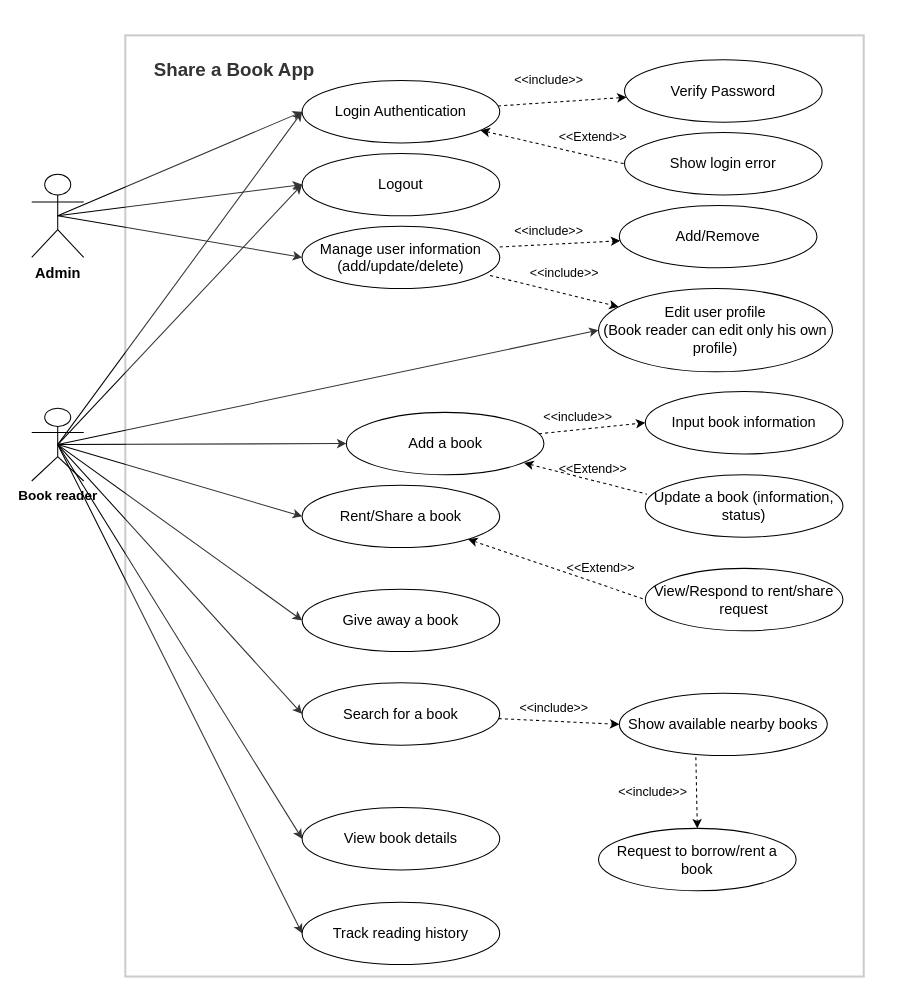
This is BluePrint/UsecaseDiagram.drawio from Minh-BuiQuang/CSIS3175TermProject, a draw.io file, before an edit. Source tidied: cells renumbered, new cells numbered last; positions are measured from the earlier drawing's top-left corner, leaving out a move shared by most shapes. Both pictures are drawn from the tidied source at 104%, with x=0, y=0 at pixel (31, 34).
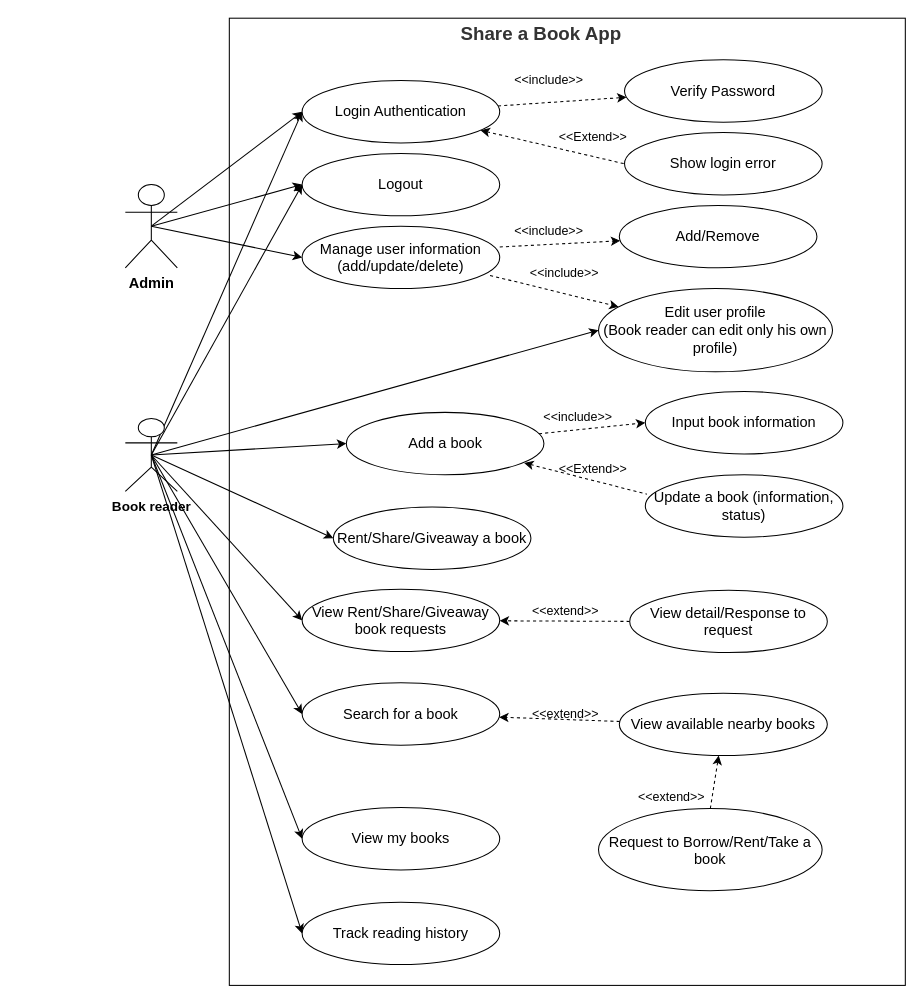
The same page after the edit.

Commit message:
Update rent/borrow/take a book usecase

The change refers to these unchanged cells:
```xml
<mxCell id="31" value="Search for a book" style="ellipse;whiteSpace=wrap;html=1;fontSize=14;" parent="1" vertex="1">
  <mxGeometry x="260" y="623" width="190" height="60" as="geometry" />
</mxCell>
```

Change to the diagram source:
```diff
@@
     <mxCell id="5" value="Admin&lt;br style=&quot;font-size: 14px;&quot;&gt;" style="shape=umlActor;verticalLabelPosition=bottom;verticalAlign=top;html=1;outlineConnect=0;fontSize=14;fontStyle=1;" parent="1" vertex="1">
-      <mxGeometry y="134" width="50" height="80" as="geometry" />
+      <mxGeometry x="90" y="144" width="50" height="80" as="geometry" />
     </mxCell>
@@
     <mxCell id="15" value="Book reader" style="shape=umlActor;verticalLabelPosition=bottom;verticalAlign=top;html=1;outlineConnect=0;fontSize=13;fontStyle=1;" parent="1" vertex="1">
-      <mxGeometry y="359" width="50" height="70" as="geometry" />
+      <mxGeometry x="90" y="369" width="50" height="70" as="geometry" />
     </mxCell>
-    <mxCell id="16" style="rounded=0;whiteSpace=wrap;html=1;fontSize=14;direction=south;opacity=20;strokeWidth=2;" parent="1" vertex="1">
-      <mxGeometry x="90" y="0.5" width="710" height="905" as="geometry" />
-    </mxCell>
     <mxCell id="17" value="&lt;span style=&quot;color: rgb(51 , 51 , 51)&quot;&gt;&lt;b&gt;&lt;font style=&quot;font-size: 18px&quot;&gt;Share a Book App&lt;/font&gt;&lt;/b&gt;&lt;/span&gt;" style="text;html=1;strokeColor=none;fillColor=none;align=center;verticalAlign=middle;whiteSpace=wrap;rounded=0;fontSize=14;" parent="1" vertex="1">
-      <mxGeometry x="115" y="19" width="160" height="30" as="geometry" />
+      <mxGeometry x="410" y="-16" width="160" height="30" as="geometry" />
     </mxCell>
@@
-    <mxCell id="24" value="Rent/Share a book" style="ellipse;whiteSpace=wrap;html=1;fontSize=14;" parent="1" vertex="1">
-      <mxGeometry x="260" y="433" width="190" height="60" as="geometry" />
+    <mxCell id="24" value="Rent/Share/Giveaway a book" style="ellipse;whiteSpace=wrap;html=1;fontSize=14;" parent="1" vertex="1">
+      <mxGeometry x="290" y="454" width="190" height="60" as="geometry" />
     </mxCell>
-    <mxCell id="25" value="Give away a book" style="ellipse;whiteSpace=wrap;html=1;fontSize=14;" parent="1" vertex="1">
+    <mxCell id="25" value="View Rent/Share/Giveaway book requests" style="ellipse;whiteSpace=wrap;html=1;fontSize=14;" parent="1" vertex="1">
       <mxGeometry x="260" y="533" width="190" height="60" as="geometry" />
     </mxCell>
@@
+    <mxCell id="55" style="rounded=0;jettySize=auto;html=1;exitX=0;exitY=0.5;exitDx=0;exitDy=0;dashed=1;" parent="1" edge="1" source="29" target="25">
+      <mxGeometry relative="1" as="geometry" />
+    </mxCell>
-    <mxCell id="29" value="View/Respond to rent/share request" style="ellipse;whiteSpace=wrap;html=1;fontSize=14;" parent="1" vertex="1">
-      <mxGeometry x="590" y="513" width="190" height="60" as="geometry" />
+    <mxCell id="29" value="View detail/Response to request" style="ellipse;whiteSpace=wrap;html=1;fontSize=14;" parent="1" vertex="1">
+      <mxGeometry x="575" y="534" width="190" height="60" as="geometry" />
     </mxCell>
-    <mxCell id="30" style="edgeStyle=none;rounded=0;jettySize=auto;html=1;entryX=0;entryY=0.5;entryDx=0;entryDy=0;dashed=1;startArrow=none;startFill=0;endArrow=classic;endFill=1;" parent="1" edge="1" source="31" target="47">
-      <mxGeometry relative="1" as="geometry" />
-    </mxCell>
@@
-    <mxCell id="32" value="View book details" style="ellipse;whiteSpace=wrap;html=1;fontSize=14;" parent="1" vertex="1">
+    <mxCell id="32" value="View my books" style="ellipse;whiteSpace=wrap;html=1;fontSize=14;" parent="1" vertex="1">
       <mxGeometry x="260" y="743" width="190" height="60" as="geometry" />
     </mxCell>
+    <mxCell id="56" style="edgeStyle=none;rounded=0;jettySize=auto;html=1;exitX=0.5;exitY=0;exitDx=0;exitDy=0;dashed=1;" parent="1" edge="1" source="33" target="47">
+      <mxGeometry relative="1" as="geometry" />
+    </mxCell>
-    <mxCell id="33" value="Request to borrow/rent a book" style="ellipse;whiteSpace=wrap;html=1;fontSize=14;" parent="1" vertex="1">
-      <mxGeometry x="545" y="763" width="190" height="60" as="geometry" />
+    <mxCell id="33" value="Request to Borrow/Rent/Take a book" style="ellipse;whiteSpace=wrap;html=1;fontSize=14;" parent="1" vertex="1">
+      <mxGeometry x="545" y="744" width="215" height="79" as="geometry" />
     </mxCell>
@@
-    <mxCell id="45" value="&amp;lt;&amp;lt;Extend&amp;gt;&amp;gt;" style="text;html=1;strokeColor=none;fillColor=none;align=center;verticalAlign=middle;whiteSpace=wrap;rounded=0;" parent="1" vertex="1">
-      <mxGeometry x="515" y="498" width="65" height="30" as="geometry" />
-    </mxCell>
-    <mxCell id="46" style="edgeStyle=none;rounded=0;jettySize=auto;html=1;entryX=0;entryY=0.5;entryDx=0;entryDy=0;dashed=1;startArrow=classic;startFill=1;endArrow=none;endFill=0;" parent="1" edge="1" source="24" target="29">
-      <mxGeometry relative="1" as="geometry" />
-    </mxCell>
+    <mxCell id="57" style="edgeStyle=none;rounded=0;jettySize=auto;html=1;dashed=1;" parent="1" edge="1" source="47" target="31">
+      <mxGeometry relative="1" as="geometry" />
+    </mxCell>
-    <mxCell id="47" value="Show available nearby books" style="ellipse;whiteSpace=wrap;html=1;fontSize=14;" parent="1" vertex="1">
+    <mxCell id="47" value="View available nearby books" style="ellipse;whiteSpace=wrap;html=1;fontSize=14;" parent="1" vertex="1">
       <mxGeometry x="565" y="633" width="200" height="60" as="geometry" />
     </mxCell>
-    <mxCell id="48" value="&amp;lt;&amp;lt;include&amp;gt;&amp;gt;" style="text;html=1;strokeColor=none;fillColor=none;align=center;verticalAlign=middle;whiteSpace=wrap;rounded=0;" parent="1" vertex="1">
-      <mxGeometry x="470" y="633" width="65" height="30" as="geometry" />
-    </mxCell>
@@
-    <mxCell id="52" style="edgeStyle=none;rounded=0;jettySize=auto;html=1;entryX=0.5;entryY=0;entryDx=0;entryDy=0;dashed=1;startArrow=none;startFill=0;endArrow=classic;endFill=1;exitX=0.368;exitY=1.026;exitDx=0;exitDy=0;exitPerimeter=0;" parent="1" edge="1" source="47" target="33">
-      <mxGeometry relative="1" as="geometry" />
-    </mxCell>
-    <mxCell id="53" value="&amp;lt;&amp;lt;include&amp;gt;&amp;gt;" style="text;html=1;strokeColor=none;fillColor=none;align=center;verticalAlign=middle;whiteSpace=wrap;rounded=0;" parent="1" vertex="1">
-      <mxGeometry x="565" y="713" width="65" height="30" as="geometry" />
-    </mxCell>
@@
+    <mxCell id="58" value="&amp;lt;&amp;lt;extend&amp;gt;&amp;gt;" style="text;html=1;align=center;verticalAlign=middle;strokeColor=none;fillColor=none;" parent="1" vertex="1">
+      <mxGeometry x="472.5" y="544" width="80" height="20" as="geometry" />
+    </mxCell>
+    <mxCell id="59" value="&amp;lt;&amp;lt;extend&amp;gt;&amp;gt;" style="text;html=1;align=center;verticalAlign=middle;strokeColor=none;fillColor=none;" parent="1" vertex="1">
+      <mxGeometry x="472.5" y="643" width="80" height="20" as="geometry" />
+    </mxCell>
+    <mxCell id="60" value="&amp;lt;&amp;lt;extend&amp;gt;&amp;gt;" style="text;html=1;align=center;verticalAlign=middle;strokeColor=none;fillColor=none;" parent="1" vertex="1">
+      <mxGeometry x="575" y="723" width="80" height="20" as="geometry" />
+    </mxCell>
+    <mxCell id="61" style="rounded=0;whiteSpace=wrap;html=1;fillColor=none;" parent="1" vertex="1">
+      <mxGeometry x="190" y="-16" width="650" height="930" as="geometry" />
+    </mxCell>
```
